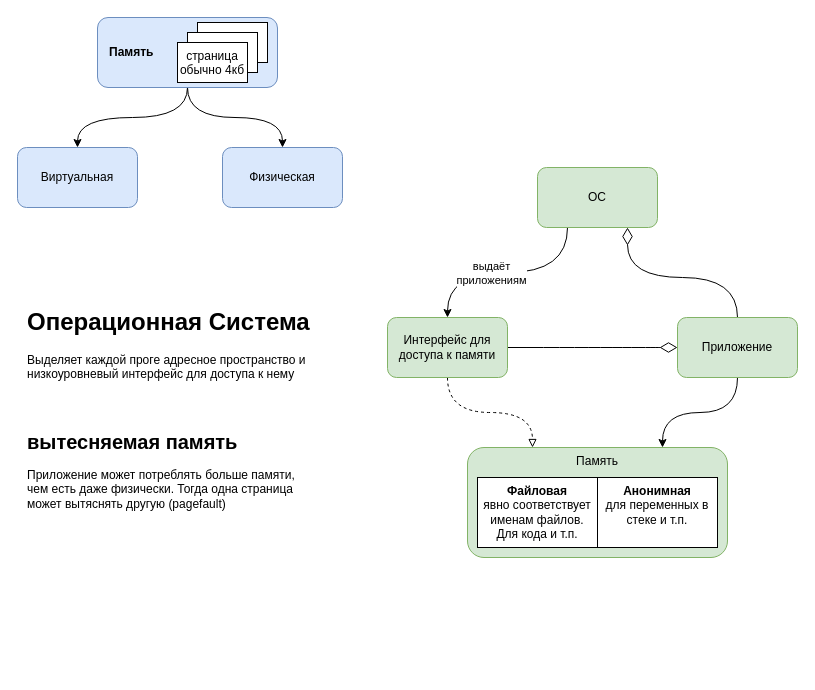
This is ram_memory.drawio from MorKaragh/summaries, a draw.io file, before an edit. Source tidied: cells renumbered, new cells numbered last; positions are measured from the earlier drawing's top-left corner, leaving out a move shared by most shapes. Both pictures are drawn from the tidied source at 100%, with x=0, y=0 at pixel (17, 17).
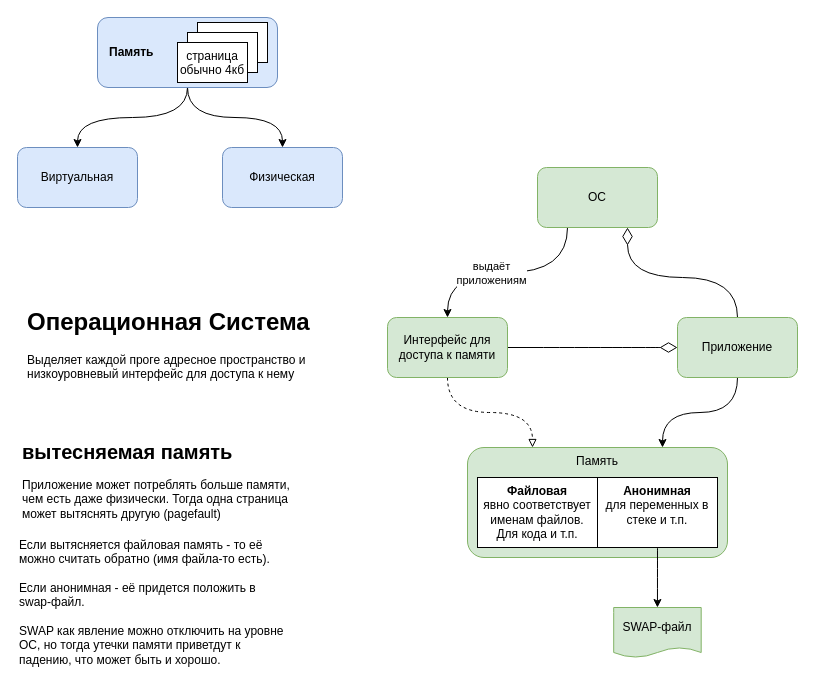
Above is the later version.

The change refers to these unchanged cells:
```xml
<mxCell id="19" value="&lt;div&gt;&lt;b&gt;Анонимная&lt;/b&gt;&lt;/div&gt;&lt;div&gt;для переменных в стеке и т.п.&lt;br&gt;&lt;/div&gt;" style="rounded=0;whiteSpace=wrap;html=1;align=center;verticalAlign=top;" parent="1" vertex="1">
  <mxGeometry x="580" y="460" width="120" height="70" as="geometry" />
</mxCell>
```

Change to the diagram source:
```diff
@@
+    <mxCell id="24" style="edgeStyle=orthogonalEdgeStyle;curved=1;rounded=0;jettySize=auto;html=1;exitX=0.5;exitY=1;exitDx=0;exitDy=0;entryX=0.5;entryY=0;entryDx=0;entryDy=0;" parent="1" edge="1" source="19" target="25">
+      <mxGeometry relative="1" as="geometry" />
+    </mxCell>
@@
     <mxCell id="20" value="&lt;h1 style=&quot;font-size: 20px&quot;&gt;вытесняемая память&lt;br&gt;&lt;/h1&gt;&lt;p&gt;Приложение может потреблять больше памяти, чем есть даже физически. Тогда одна страница может вытяснять другую (pagefault)&lt;br&gt;&lt;/p&gt;" style="text;html=1;strokeColor=none;fillColor=none;spacing=5;spacingTop=-20;whiteSpace=wrap;overflow=hidden;rounded=0;align=left;verticalAlign=top;" parent="1" vertex="1">
-      <mxGeometry x="5" y="410" width="290" height="100" as="geometry" />
+      <mxGeometry y="420" width="290" height="100" as="geometry" />
     </mxCell>
@@
+    <mxCell id="25" value="SWAP-файл" style="shape=document;whiteSpace=wrap;html=1;boundedLbl=1;align=center;verticalAlign=middle;size=0.2;fillColor=#d5e8d4;strokeColor=#82b366;" parent="1" vertex="1">
+      <mxGeometry x="596.2" y="590" width="87.5" height="50" as="geometry" />
+    </mxCell>
+    <mxCell id="26" value="&lt;div&gt;Если вытясняется файловая память - то её можно считать обратно (имя файла-то есть). &lt;br&gt;&lt;/div&gt;&lt;div&gt;&lt;br&gt;&lt;/div&gt;&lt;div&gt;Если анонимная - её придется положить в swap-файл. &lt;br&gt;&lt;/div&gt;&lt;div&gt;&lt;br&gt;&lt;/div&gt;&lt;div&gt;SWAP как явление можно отключить на уровне ОС, но тогда утечки памяти приветдут к падению, что может быть и хорошо.&lt;/div&gt;" style="text;html=1;strokeColor=none;fillColor=none;align=left;verticalAlign=middle;whiteSpace=wrap;rounded=0;" parent="1" vertex="1">
+      <mxGeometry y="515" width="270" height="140" as="geometry" />
+    </mxCell>
```
